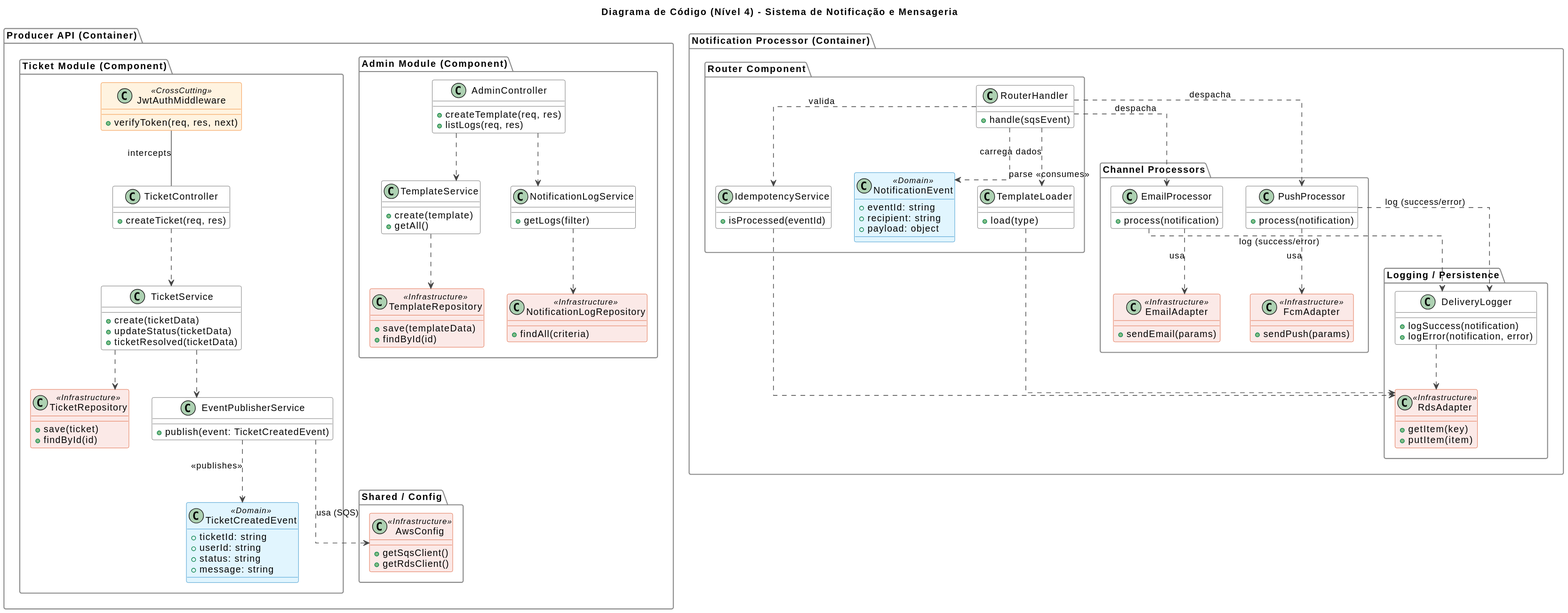
The PlantUML diagram documentacao/C4/diagramas/code-diagram.svg in MiqueiasBento/Sistema-de-Notificacao-e-Mensageria, before a commit.
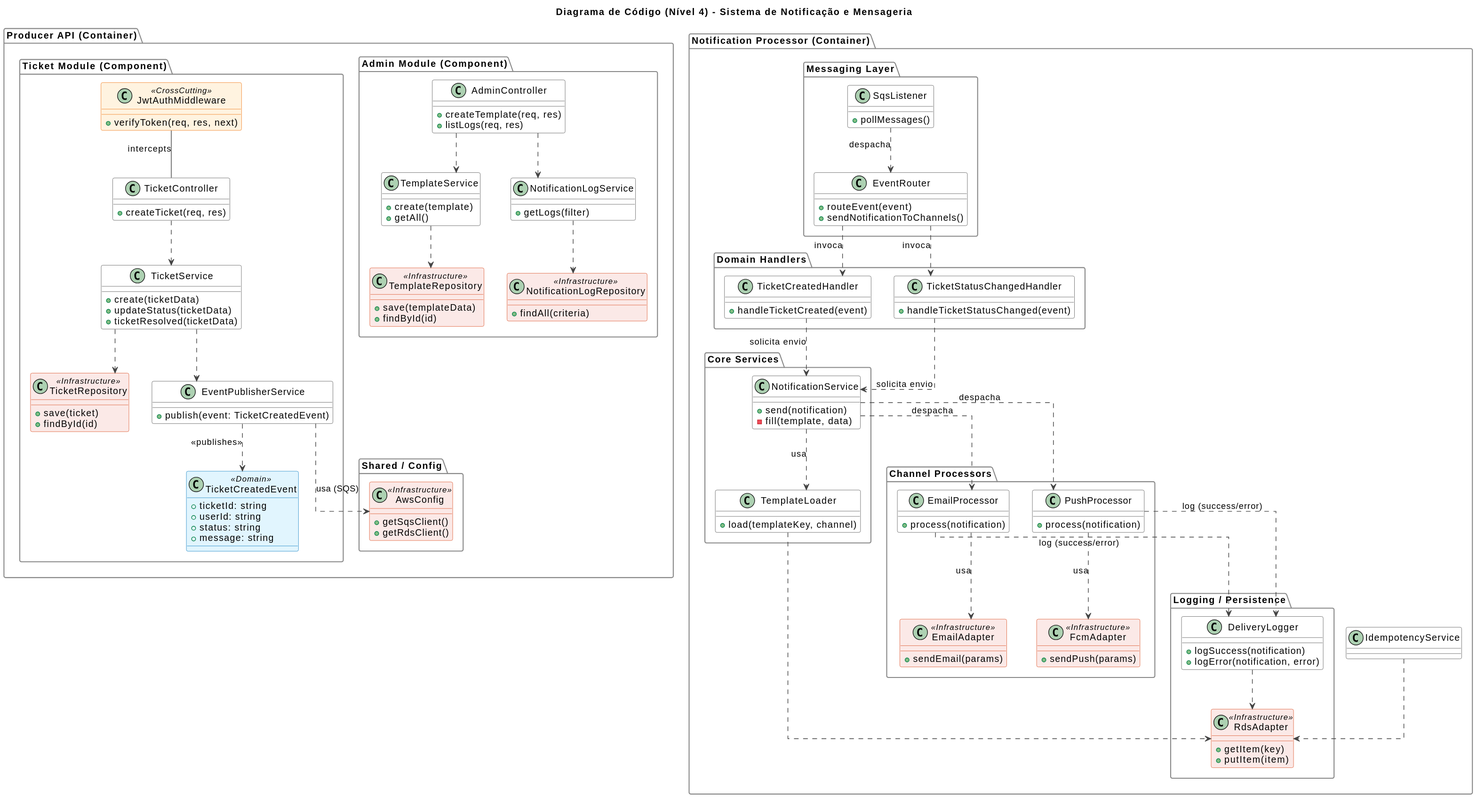
Above is the later version.

Commit message:
docs: atualizando documentacao c4 code - processor

What changed in the source:
```diff
@@ -116,28 +116,40 @@
 
 package "Notification Processor (Container)" {
 
-    package "Router Component" {
-        class RouterHandler {
-            + handle(sqsEvent)
+    package "Messaging Layer" {
+        class SqsListener {
+            + pollMessages()
         }
 
-        class IdempotencyService {
-            + isProcessed(eventId)
+        class EventRouter {
+            + routeEvent(event)
+            + sendNotificationToChannels()
+        }
+
+        SqsListener ..> EventRouter : despacha
+    }
+
+    package "Domain Handlers" {
+        class TicketCreatedHandler {
+            + handleTicketCreated(event)
+        }
+
+        class TicketStatusChangedHandler {
+            + handleTicketStatusChanged(event)
+        }
+    }
+
+    package "Core Services" {
+        class NotificationService {
+            + send(notification)
+            - fill(template, data)
         }
 
         class TemplateLoader {
-            + load(type)
+            + load(templateKey, channel)
         }
 
-        class NotificationEvent <<Domain>> {
-            + eventId: string
-            + recipient: string
-            + payload: object
-        }
-
-        RouterHandler ..> IdempotencyService : valida
-        RouterHandler ..> TemplateLoader : carrega dados
-        RouterHandler ..> NotificationEvent : parse <<consumes>>
+        NotificationService ..> TemplateLoader : usa
     }
 
     package "Channel Processors" {
@@ -173,8 +185,14 @@
         }
     }
 
-    RouterHandler ..> EmailProcessor : despacha
-    RouterHandler ..> PushProcessor : despacha
+    EventRouter ..> TicketCreatedHandler : invoca
+    EventRouter ..> TicketStatusChangedHandler : invoca
+
+    TicketCreatedHandler ..> NotificationService : solicita envio
+    TicketStatusChangedHandler ..> NotificationService : solicita envio
+
+    NotificationService ..> EmailProcessor : despacha
+    NotificationService ..> PushProcessor : despacha
 
     EmailProcessor ..> DeliveryLogger : log (success/error)
     PushProcessor ..> DeliveryLogger : log (success/error)
```
